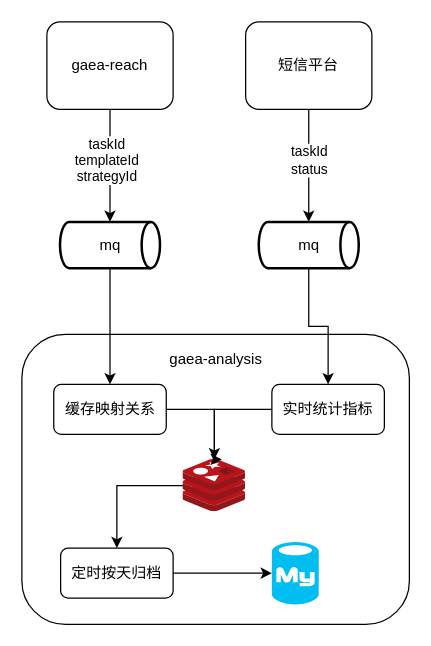
zhao520a1a/zhao520a1a.github.io keeps this draw.io diagram as drawio/Untitled Diagram.drawio. Above is the earlier version. Source tidied: cells renumbered, new cells numbered last; positions are measured from the earlier drawing's top-left corner, leaving out a move shared by most shapes. Both pictures are drawn from the tidied source at 125%, with x=0, y=0 at pixel (21, 21).
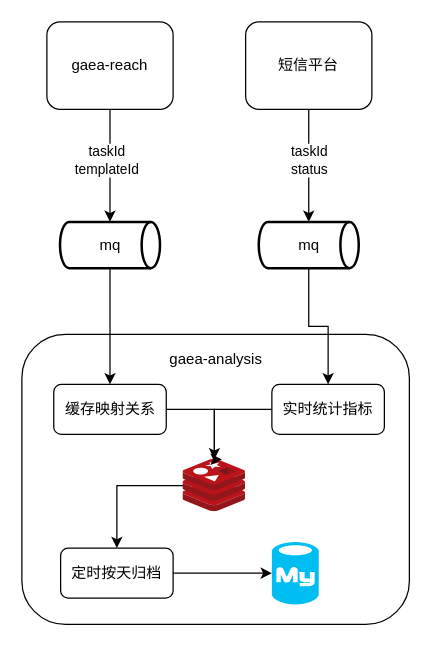
The same diagram, later.

Unchanged cells that the change refers to:
```xml
<mxCell id="10" style="edgeStyle=orthogonalEdgeStyle;rounded=0;jettySize=auto;html=1;" parent="1" edge="1" source="12" target="4">
  <mxGeometry relative="1" as="geometry" />
</mxCell>
```

What changed in the source:
```diff
@@
-    <mxCell id="11" value="taskId&lt;br&gt;templateId&lt;br&gt;strategyId" style="edgeLabel;html=1;align=center;verticalAlign=middle;" parent="10" vertex="1">
+    <mxCell id="11" value="taskId&lt;br&gt;templateId" style="edgeLabel;html=1;align=center;verticalAlign=middle;" parent="10" vertex="1">
       <mxGeometry x="0.12" y="-3" relative="1" as="geometry">
         <mxPoint y="-10" as="offset" />
       </mxGeometry>
     </mxCell>
```
